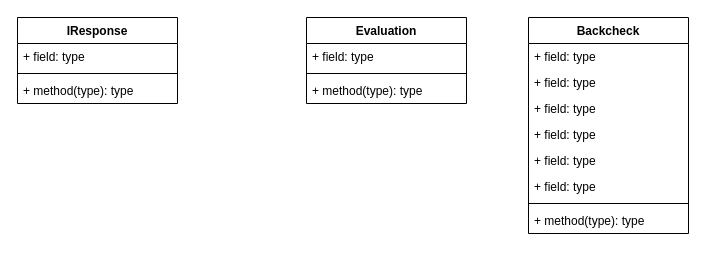
Above: Untitled Diagram.drawio in benstanfish/Diagrams (draw.io), before the change. Source tidied: cells renumbered, new cells numbered last; positions are measured from the earlier drawing's top-left corner, leaving out a move shared by most shapes. Both pictures are drawn from the tidied source at 100%, with x=0, y=0 at pixel (17, 17).
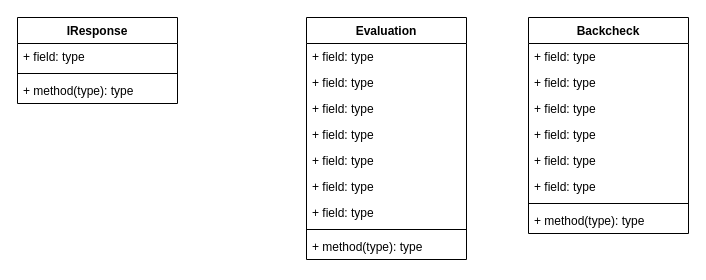
Above is the later version.

The edit, as a diff of the source:
```diff
@@
     <mxCell id="6" value="Evaluation" style="swimlane;fontStyle=1;align=center;verticalAlign=top;horizontal=1;startSize=26;whiteSpace=wrap;html=1;" parent="1" vertex="1">
-      <mxGeometry x="289" width="160" height="86" as="geometry" />
+      <mxGeometry x="289" width="160" height="242" as="geometry" />
     </mxCell>
@@
+    <mxCell id="19" value="+ field: type" style="text;strokeColor=none;fillColor=none;align=left;verticalAlign=top;spacingLeft=4;spacingRight=4;overflow=hidden;whiteSpace=wrap;html=1;" parent="6" vertex="1">
+      <mxGeometry y="52" width="160" height="26" as="geometry" />
+    </mxCell>
+    <mxCell id="20" value="+ field: type" style="text;strokeColor=none;fillColor=none;align=left;verticalAlign=top;spacingLeft=4;spacingRight=4;overflow=hidden;whiteSpace=wrap;html=1;" parent="6" vertex="1">
+      <mxGeometry y="78" width="160" height="26" as="geometry" />
+    </mxCell>
+    <mxCell id="21" value="+ field: type" style="text;strokeColor=none;fillColor=none;align=left;verticalAlign=top;spacingLeft=4;spacingRight=4;overflow=hidden;whiteSpace=wrap;html=1;" parent="6" vertex="1">
+      <mxGeometry y="104" width="160" height="26" as="geometry" />
+    </mxCell>
+    <mxCell id="22" value="+ field: type" style="text;strokeColor=none;fillColor=none;align=left;verticalAlign=top;spacingLeft=4;spacingRight=4;overflow=hidden;whiteSpace=wrap;html=1;" parent="6" vertex="1">
+      <mxGeometry y="130" width="160" height="26" as="geometry" />
+    </mxCell>
+    <mxCell id="23" value="+ field: type" style="text;strokeColor=none;fillColor=none;align=left;verticalAlign=top;spacingLeft=4;spacingRight=4;overflow=hidden;whiteSpace=wrap;html=1;" parent="6" vertex="1">
+      <mxGeometry y="156" width="160" height="26" as="geometry" />
+    </mxCell>
+    <mxCell id="24" value="+ field: type" style="text;strokeColor=none;fillColor=none;align=left;verticalAlign=top;spacingLeft=4;spacingRight=4;overflow=hidden;whiteSpace=wrap;html=1;" parent="6" vertex="1">
+      <mxGeometry y="182" width="160" height="26" as="geometry" />
+    </mxCell>
     <mxCell id="8" style="line;strokeWidth=1;fillColor=none;align=left;verticalAlign=middle;spacingTop=-1;spacingLeft=3;spacingRight=3;labelPosition=right;strokeColor=inherit;" parent="6" vertex="1">
-      <mxGeometry y="52" width="160" height="8" as="geometry" />
+      <mxGeometry y="208" width="160" height="8" as="geometry" />
     </mxCell>
     <mxCell id="9" value="+ method(type): type" style="text;strokeColor=none;fillColor=none;align=left;verticalAlign=top;spacingLeft=4;spacingRight=4;overflow=hidden;whiteSpace=wrap;html=1;" parent="6" vertex="1">
-      <mxGeometry y="60" width="160" height="26" as="geometry" />
+      <mxGeometry y="216" width="160" height="26" as="geometry" />
     </mxCell>
```
